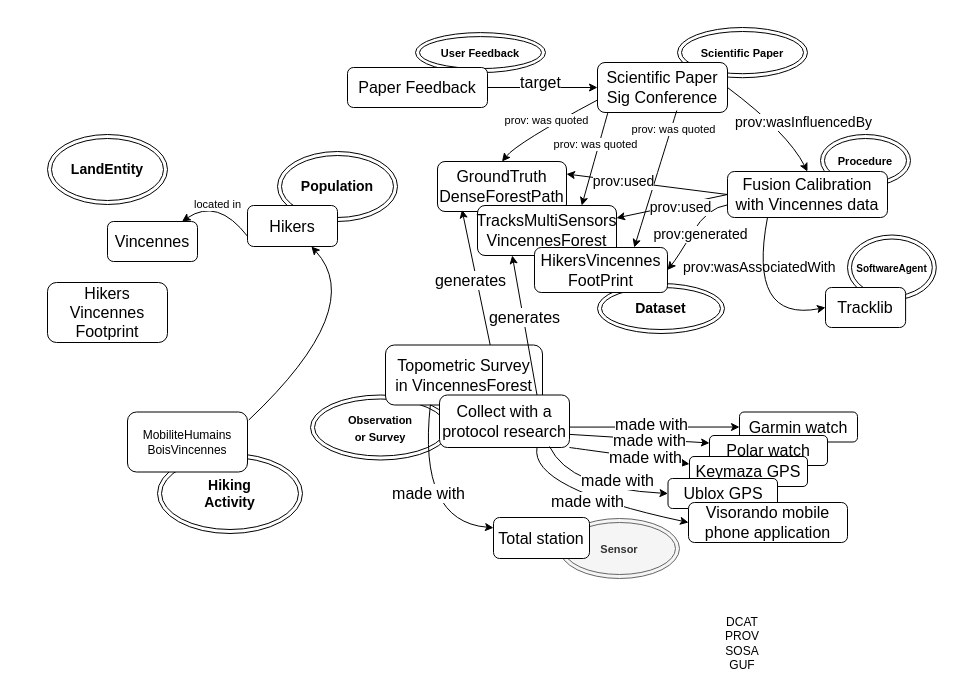
This is page "Schéma 2 article" (3 of 3) of docs/diagrams/model_KG.drawio from IntForOut/outdoorPressure, a draw.io file, before an edit. Source tidied: cells renumbered, new cells numbered last; positions are measured from the earlier drawing's top-left corner, leaving out a move shared by most shapes. Both pictures are drawn from the tidied source at 100%, with x=0, y=0 at pixel (47, 27).
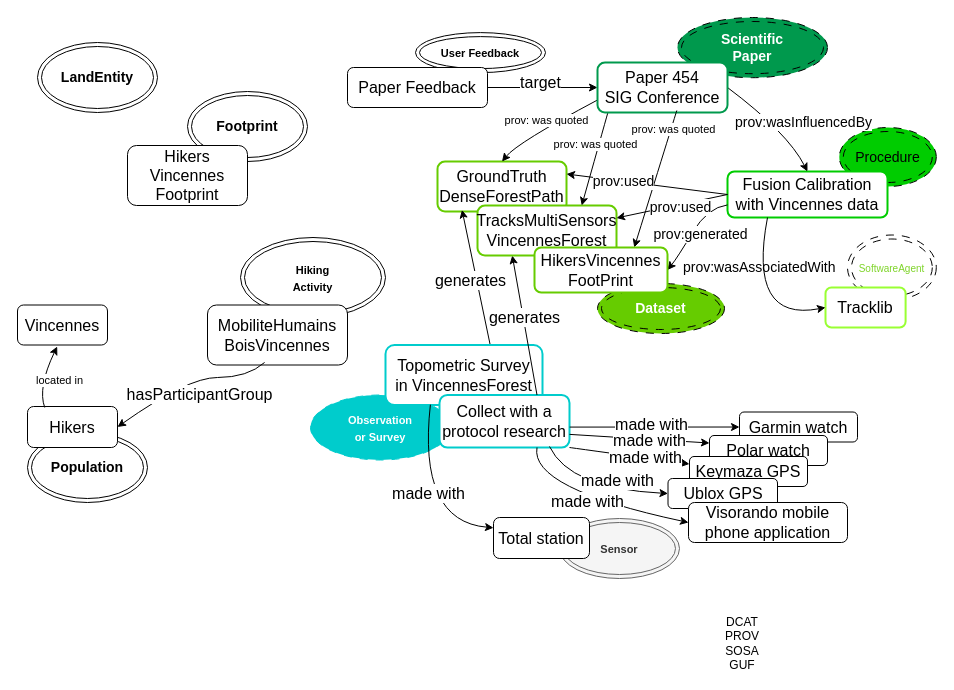
Above is the later version.

Commit message:
Mettre à jour model_KG.drawio

The edit, as a diff of the source:
```diff
@@
+    <mxCell id="70" value="&lt;b&gt;Footprint&lt;/b&gt;" style="ellipse;shape=doubleEllipse;whiteSpace=wrap;html=1;fontSize=14;" parent="1" vertex="1">
+      <mxGeometry x="140" y="64" width="120" height="70" as="geometry" />
+    </mxCell>
@@
-    <mxCell id="3" value="&lt;font&gt;&lt;b&gt;Dataset&lt;/b&gt;&lt;/font&gt;" style="ellipse;shape=doubleEllipse;whiteSpace=wrap;html=1;fontSize=14;fillColor=none;" parent="1" vertex="1">
+    <mxCell id="3" value="&lt;font style=&quot;color: rgb(255, 255, 255);&quot;&gt;&lt;b&gt;Dataset&lt;/b&gt;&lt;/font&gt;" style="ellipse;shape=doubleEllipse;whiteSpace=wrap;html=1;fontSize=14;fillColor=#66CC00;strokeColor=default;dashed=1;dashPattern=8 8;" parent="1" vertex="1">
       <mxGeometry x="550" y="256" width="127" height="50" as="geometry" />
     </mxCell>
-    <mxCell id="4" value="&lt;b&gt;&lt;font style=&quot;font-size: 11px;&quot;&gt;&lt;span style=&quot;color: rgb(0, 0, 0);&quot;&gt;Procedure&lt;/span&gt;&lt;/font&gt;&lt;/b&gt;" style="ellipse;shape=doubleEllipse;whiteSpace=wrap;html=1;fontSize=14;fillColor=none;" parent="1" vertex="1">
-      <mxGeometry x="773" y="107" width="90" height="52" as="geometry" />
+    <mxCell id="4" value="&lt;font style=&quot;color: rgb(0, 204, 0);&quot;&gt;&lt;span style=&quot;color: rgb(0, 204, 0);&quot;&gt;&lt;font&gt;&lt;span style=&quot;color: rgb(0, 0, 0);&quot;&gt;Procedure&lt;/span&gt;&lt;/font&gt;&lt;/span&gt;&lt;/font&gt;" style="ellipse;shape=doubleEllipse;whiteSpace=wrap;html=1;fontSize=14;fillColor=#00CC00;dashed=1;dashPattern=8 8;" parent="1" vertex="1">
+      <mxGeometry x="791.8" y="100" width="97" height="59" as="geometry" />
     </mxCell>
-    <mxCell id="5" value="&lt;font style=&quot;font-size: 11px;&quot;&gt;&lt;b&gt;Scientific&amp;nbsp;&lt;/b&gt;&lt;/font&gt;&lt;font style=&quot;font-size: 11px;&quot;&gt;&lt;b&gt;Paper&lt;/b&gt;&lt;/font&gt;" style="ellipse;shape=doubleEllipse;whiteSpace=wrap;html=1;fontSize=14;" parent="1" vertex="1">
-      <mxGeometry x="630" width="130" height="50.2" as="geometry" />
+    <mxCell id="5" value="&lt;div&gt;&lt;font style=&quot;color: rgb(255, 255, 255);&quot;&gt;&lt;b&gt;Scientific&lt;/b&gt;&lt;/font&gt;&lt;/div&gt;&lt;div&gt;&lt;font style=&quot;color: rgb(255, 255, 255);&quot;&gt;&lt;b&gt;Paper&lt;/b&gt;&lt;/font&gt;&lt;/div&gt;" style="ellipse;shape=doubleEllipse;whiteSpace=wrap;html=1;fontSize=14;dashed=1;dashPattern=8 8;fillColor=#00994D;" parent="1" vertex="1">
+      <mxGeometry x="630" y="-10" width="150" height="60.2" as="geometry" />
     </mxCell>
-    <mxCell id="6" value="&lt;b&gt;&lt;font style=&quot;font-size: 10px;&quot;&gt;SoftwareAgent&lt;/font&gt;&lt;/b&gt;" style="ellipse;shape=doubleEllipse;whiteSpace=wrap;html=1;fontSize=14;fillColor=none;" parent="1" vertex="1">
+    <mxCell id="6" value="&lt;span style=&quot;color: rgb(127, 212, 42);&quot;&gt;&lt;font style=&quot;font-size: 10px;&quot;&gt;SoftwareAgent&lt;/font&gt;&lt;/span&gt;" style="ellipse;shape=doubleEllipse;whiteSpace=wrap;html=1;fontSize=14;fillColor=none;dashed=1;dashPattern=8 8;" parent="1" vertex="1">
       <mxGeometry x="800" y="207.5" width="88.8" height="65" as="geometry" />
     </mxCell>
-    <mxCell id="7" value="&lt;font style=&quot;font-size: 11px;&quot;&gt;&lt;b&gt;Observation&lt;br&gt;or Survey&lt;/b&gt;&lt;/font&gt;" style="ellipse;shape=doubleEllipse;whiteSpace=wrap;html=1;fontSize=14;fillColor=none;" parent="1" vertex="1">
+    <mxCell id="7" value="&lt;font style=&quot;font-size: 11px; color: rgb(255, 255, 255);&quot;&gt;&lt;b&gt;Observation&lt;br&gt;or Survey&lt;/b&gt;&lt;/font&gt;" style="ellipse;shape=doubleEllipse;whiteSpace=wrap;html=1;fontSize=14;fillColor=#00CCCC;dashed=1;dashPattern=8 8;strokeColor=#00CCCC;" parent="1" vertex="1">
       <mxGeometry x="263" y="367.5" width="140" height="65" as="geometry" />
     </mxCell>
-    <mxCell id="8" value="&lt;div&gt;&lt;font style=&quot;font-size: 16px;&quot;&gt;Fusion Calibration&lt;/font&gt;&lt;/div&gt;&lt;div&gt;&lt;font style=&quot;font-size: 16px;&quot;&gt;with Vincennes data&lt;/font&gt;&lt;/div&gt;" style="rounded=1;whiteSpace=wrap;html=1;" parent="1" vertex="1">
+    <mxCell id="8" value="&lt;div&gt;&lt;font style=&quot;font-size: 16px;&quot;&gt;Fusion Calibration&lt;/font&gt;&lt;/div&gt;&lt;div&gt;&lt;font style=&quot;font-size: 16px;&quot;&gt;with Vincennes data&lt;/font&gt;&lt;/div&gt;" style="rounded=1;whiteSpace=wrap;html=1;strokeColor=#00CC00;strokeWidth=2;" parent="1" vertex="1">
       <mxGeometry x="680" y="144" width="160" height="46" as="geometry" />
     </mxCell>
-    <mxCell id="9" value="&lt;font style=&quot;font-size: 16px;&quot;&gt;Tracklib&lt;/font&gt;" style="rounded=1;whiteSpace=wrap;html=1;" parent="1" vertex="1">
+    <mxCell id="9" value="&lt;font style=&quot;font-size: 16px;&quot;&gt;Tracklib&lt;/font&gt;" style="rounded=1;whiteSpace=wrap;html=1;strokeColor=#99FF33;strokeWidth=2;" parent="1" vertex="1">
       <mxGeometry x="778" y="260" width="80.1" height="40" as="geometry" />
     </mxCell>
-    <mxCell id="10" value="&lt;b&gt;Hiking&lt;/b&gt;&lt;div&gt;&lt;b&gt;Activity&lt;/b&gt;&lt;/div&gt;" style="ellipse;shape=doubleEllipse;whiteSpace=wrap;html=1;fontSize=14;" parent="1" vertex="1">
-      <mxGeometry x="110" y="426" width="145" height="80" as="geometry" />
+    <mxCell id="10" value="&lt;font style=&quot;font-size: 11px;&quot;&gt;&lt;b&gt;Hiking&lt;/b&gt;&lt;/font&gt;&lt;div&gt;&lt;font style=&quot;font-size: 11px;&quot;&gt;&lt;b&gt;Activity&lt;/b&gt;&lt;/font&gt;&lt;/div&gt;" style="ellipse;shape=doubleEllipse;whiteSpace=wrap;html=1;fontSize=14;" parent="1" vertex="1">
+      <mxGeometry x="193" y="210" width="145" height="80" as="geometry" />
     </mxCell>
     <mxCell id="11" value="&lt;b&gt;LandEntity&lt;/b&gt;" style="ellipse;shape=doubleEllipse;whiteSpace=wrap;html=1;fontSize=14;" parent="1" vertex="1">
-      <mxGeometry y="107" width="120" height="70" as="geometry" />
+      <mxGeometry x="-10" y="15" width="120" height="70" as="geometry" />
     </mxCell>
-    <mxCell id="12" value="&lt;div&gt;&lt;font style=&quot;font-size: 16px;&quot;&gt;GroundTruth&lt;/font&gt;&lt;/div&gt;&lt;div&gt;&lt;font style=&quot;font-size: 16px;&quot;&gt;DenseForestPath&lt;/font&gt;&lt;/div&gt;" style="rounded=1;whiteSpace=wrap;html=1;" parent="1" vertex="1">
+    <mxCell id="12" value="&lt;div&gt;&lt;font style=&quot;font-size: 16px;&quot;&gt;GroundTruth&lt;/font&gt;&lt;/div&gt;&lt;div&gt;&lt;font style=&quot;font-size: 16px;&quot;&gt;DenseForestPath&lt;/font&gt;&lt;/div&gt;" style="rounded=1;whiteSpace=wrap;html=1;strokeColor=#66CC00;strokeWidth=2;" parent="1" vertex="1">
       <mxGeometry x="390" y="134" width="129" height="50" as="geometry" />
     </mxCell>
@@
-    <mxCell id="16" value="&lt;div&gt;&lt;font style=&quot;font-size: 16px;&quot;&gt;Topometric Survey&lt;/font&gt;&lt;/div&gt;&lt;div&gt;&lt;font style=&quot;font-size: 16px;&quot;&gt;in VincennesForest&lt;/font&gt;&lt;/div&gt;" style="rounded=1;whiteSpace=wrap;html=1;" parent="1" vertex="1">
+    <mxCell id="16" value="&lt;div&gt;&lt;font style=&quot;font-size: 16px;&quot;&gt;Topometric Survey&lt;/font&gt;&lt;/div&gt;&lt;div&gt;&lt;font style=&quot;font-size: 16px;&quot;&gt;in VincennesForest&lt;/font&gt;&lt;/div&gt;" style="rounded=1;whiteSpace=wrap;html=1;strokeColor=#00CCCC;strokeWidth=2;" parent="1" vertex="1">
       <mxGeometry x="338" y="317.5" width="157" height="60" as="geometry" />
     </mxCell>
-    <mxCell id="17" value="&lt;font style=&quot;font-size: 16px;&quot;&gt;Collect with a protocol research&lt;/font&gt;" style="rounded=1;whiteSpace=wrap;html=1;" parent="1" vertex="1">
+    <mxCell id="17" value="&lt;font style=&quot;font-size: 16px;&quot;&gt;Collect with a protocol research&lt;/font&gt;" style="rounded=1;whiteSpace=wrap;html=1;strokeWidth=2;strokeColor=#00CCCC;" parent="1" vertex="1">
       <mxGeometry x="392" y="367.5" width="130" height="52.5" as="geometry" />
     </mxCell>
@@
-    <mxCell id="20" value="&lt;div&gt;&lt;font style=&quot;font-size: 16px;&quot;&gt;TracksMultiSensors&lt;/font&gt;&lt;/div&gt;&lt;div&gt;&lt;font style=&quot;font-size: 16px;&quot;&gt;VincennesForest&lt;/font&gt;&lt;/div&gt;" style="rounded=1;whiteSpace=wrap;html=1;" parent="1" vertex="1">
+    <mxCell id="20" value="&lt;div&gt;&lt;font style=&quot;font-size: 16px;&quot;&gt;TracksMultiSensors&lt;/font&gt;&lt;/div&gt;&lt;div&gt;&lt;font style=&quot;font-size: 16px;&quot;&gt;VincennesForest&lt;/font&gt;&lt;/div&gt;" style="rounded=1;whiteSpace=wrap;html=1;strokeColor=#66CC00;strokeWidth=2;" parent="1" vertex="1">
       <mxGeometry x="430" y="178" width="139" height="50" as="geometry" />
     </mxCell>
@@
-    <mxCell id="44" value="&lt;div&gt;&lt;font style=&quot;font-size: 16px;&quot;&gt;Scientific&amp;nbsp;Paper Sig Conference&lt;/font&gt;&lt;/div&gt;" style="rounded=1;whiteSpace=wrap;html=1;" parent="1" vertex="1">
+    <mxCell id="44" value="&lt;div&gt;&lt;font style=&quot;font-size: 16px;&quot;&gt;Paper 454&lt;/font&gt;&lt;/div&gt;&lt;div&gt;&lt;font style=&quot;font-size: 16px;&quot;&gt;SIG Conference&lt;/font&gt;&lt;/div&gt;" style="rounded=1;whiteSpace=wrap;html=1;strokeColor=#00994D;strokeWidth=2;" parent="1" vertex="1">
       <mxGeometry x="550" y="35" width="130" height="50" as="geometry" />
     </mxCell>
@@
-    <mxCell id="47" value="&lt;div&gt;&lt;font style=&quot;font-size: 16px;&quot;&gt;HikersVincennes&lt;/font&gt;&lt;/div&gt;&lt;div&gt;&lt;font style=&quot;font-size: 16px;&quot;&gt;FootPrint&lt;/font&gt;&lt;/div&gt;" style="rounded=1;whiteSpace=wrap;html=1;" parent="1" vertex="1">
+    <mxCell id="47" value="&lt;div&gt;&lt;font style=&quot;font-size: 16px;&quot;&gt;HikersVincennes&lt;/font&gt;&lt;/div&gt;&lt;div&gt;&lt;font style=&quot;font-size: 16px;&quot;&gt;FootPrint&lt;/font&gt;&lt;/div&gt;" style="rounded=1;whiteSpace=wrap;html=1;strokeColor=#66CC00;strokeWidth=2;" parent="1" vertex="1">
       <mxGeometry x="487" y="220" width="133" height="45" as="geometry" />
     </mxCell>
     <mxCell id="48" value="&lt;b&gt;Population&lt;/b&gt;" style="ellipse;shape=doubleEllipse;whiteSpace=wrap;html=1;fontSize=14;" parent="1" vertex="1">
-      <mxGeometry x="230" y="124" width="120" height="70" as="geometry" />
+      <mxGeometry x="-20" y="405" width="120" height="70" as="geometry" />
     </mxCell>
@@
     <mxCell id="62" value="&lt;font style=&quot;font-size: 16px;&quot;&gt;Hikers&lt;/font&gt;" style="rounded=1;whiteSpace=wrap;html=1;" parent="1" vertex="1">
-      <mxGeometry x="200" y="178" width="90" height="41" as="geometry" />
+      <mxGeometry x="-20" y="379" width="90" height="41" as="geometry" />
     </mxCell>
     <mxCell id="63" value="&lt;div&gt;&lt;font style=&quot;font-size: 16px;&quot;&gt;Hikers&lt;/font&gt;&lt;/div&gt;&lt;div&gt;&lt;font style=&quot;font-size: 16px;&quot;&gt;Vincennes&lt;/font&gt;&lt;/div&gt;&lt;div&gt;&lt;font style=&quot;font-size: 16px;&quot;&gt;Footprint&lt;/font&gt;&lt;/div&gt;" style="rounded=1;whiteSpace=wrap;html=1;" parent="1" vertex="1">
-      <mxGeometry y="255" width="120" height="60" as="geometry" />
+      <mxGeometry x="80" y="118" width="120" height="60" as="geometry" />
     </mxCell>
     <mxCell id="64" value="&lt;font style=&quot;font-size: 16px;&quot;&gt;Vincennes&lt;/font&gt;" style="rounded=1;whiteSpace=wrap;html=1;" parent="1" vertex="1">
-      <mxGeometry x="60" y="194" width="90" height="40" as="geometry" />
+      <mxGeometry x="-30" y="277.5" width="90" height="40" as="geometry" />
     </mxCell>
@@
-    <mxCell id="66" value="&lt;div&gt;MobiliteHumains&lt;/div&gt;&lt;div&gt;BoisVincennes&lt;/div&gt;" style="rounded=1;whiteSpace=wrap;html=1;" parent="1" vertex="1">
-      <mxGeometry x="80" y="384.5" width="120" height="60" as="geometry" />
+    <mxCell id="66" value="&lt;div&gt;&lt;font style=&quot;font-size: 16px;&quot;&gt;MobiliteHumains&lt;/font&gt;&lt;/div&gt;&lt;div&gt;&lt;font style=&quot;font-size: 16px;&quot;&gt;BoisVincennes&lt;/font&gt;&lt;/div&gt;" style="rounded=1;whiteSpace=wrap;html=1;" parent="1" vertex="1">
+      <mxGeometry x="160" y="277.5" width="140" height="60" as="geometry" />
     </mxCell>
-    <mxCell id="67" style="endArrow=classic;html=1;rounded=0;exitX=0;exitY=0.75;exitDx=0;exitDy=0;curved=1;" parent="1" edge="1" source="62" target="64">
+    <mxCell id="67" style="endArrow=classic;html=1;rounded=0;curved=1;entryX=0.441;entryY=1.037;entryDx=0;entryDy=0;entryPerimeter=0;exitX=0.191;exitY=0.024;exitDx=0;exitDy=0;exitPerimeter=0;" parent="1" edge="1" source="62" target="64">
       <mxGeometry relative="1" as="geometry">
         <Array as="points">
-          <mxPoint x="170" y="170" />
+          <mxPoint x="-10" y="360" />
         </Array>
       </mxGeometry>
     </mxCell>
     <mxCell id="68" value="located in" style="edgeLabel;html=1;align=center;verticalAlign=middle;" parent="67" vertex="1">
       <mxGeometry x="-0.46" y="2" relative="1" as="geometry">
-        <mxPoint x="-14" y="-14" as="offset" />
+        <mxPoint x="22" y="-11" as="offset" />
       </mxGeometry>
     </mxCell>
-    <mxCell id="69" style="endArrow=classic;html=1;rounded=0;curved=1;exitX=1.011;exitY=0.133;exitDx=0;exitDy=0;exitPerimeter=0;" parent="1" edge="1" source="66" target="62">
+    <mxCell id="69" style="endArrow=classic;html=1;rounded=0;curved=1;exitX=0.408;exitY=0.958;exitDx=0;exitDy=0;exitPerimeter=0;entryX=1;entryY=0.5;entryDx=0;entryDy=0;" parent="1" edge="1" source="66" target="62">
       <mxGeometry relative="1" as="geometry">
         <Array as="points">
-          <mxPoint x="320" y="280" />
+          <mxPoint x="200" y="350" />
+          <mxPoint x="140" y="350" />
         </Array>
       </mxGeometry>
     </mxCell>
+    <mxCell id="71" value="&lt;font style=&quot;font-size: 16px;&quot;&gt;hasParticipantGroup&lt;/font&gt;" style="edgeLabel;html=1;align=center;verticalAlign=middle;" parent="69" vertex="1">
+      <mxGeometry x="-0.01" y="20" relative="1" as="geometry" />
+    </mxCell>
```
